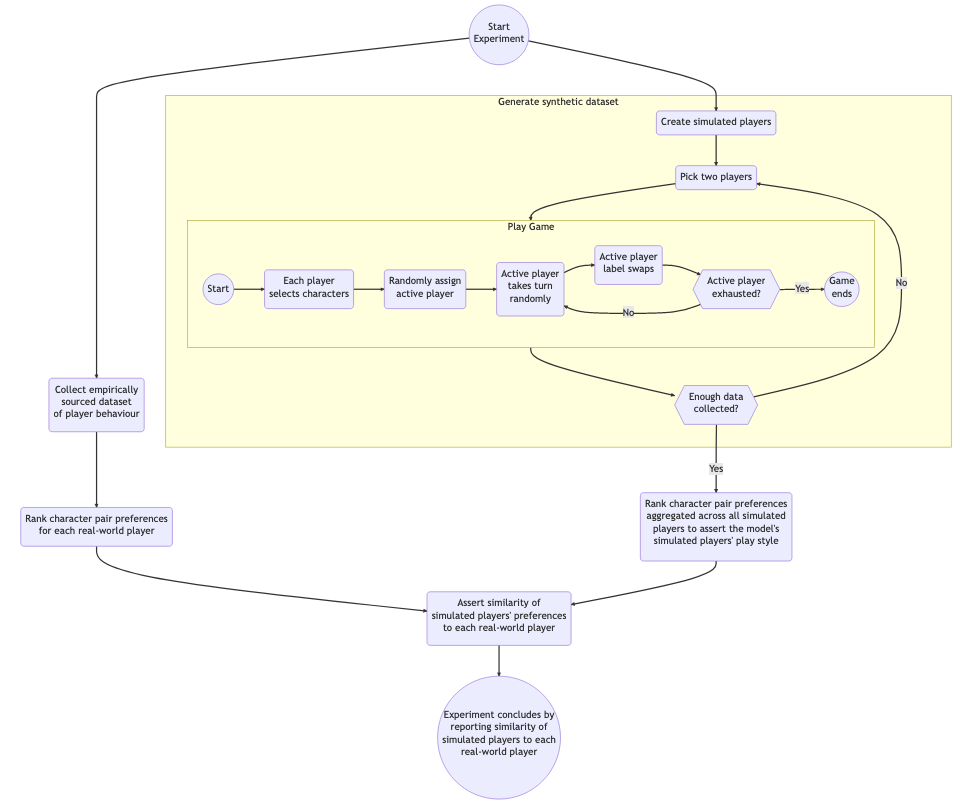
Above: 60_optimisation_with_aspects/diagrams/naive_model.png in probablytom/Thesis (Mermaid), before the change. Its source is kept beside it as 60_optimisation_with_aspects/diagrams/naive_model.mmd.
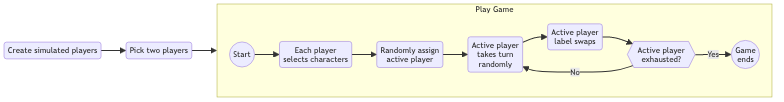
Above is the later version.

What changed in the source:
```diff
@@ -1,41 +1,19 @@
-flowchart TB
-    startExperiment((Start\nExperiment))
-    empiricalDataset(Collect empirically\nsourced dataset\nof player behaviour)
+flowchart LR
+
     createPlayers(Create simulated players)
     pickPlayers(Pick two players)
-    selectCharacters(Each player\n selects characters)
+    selectCharacters(Each player\nselects characters)
     pickFirstPlayer(Randomly assign\nactive player)
     turnP1(Active player\ntakes turn\nrandomly)
     switchActive("Active" player\nlabel swaps)
     decideDone{{Active player\nexhausted?}}
     gameFinishes((Game\nends))
-    enoughData{{Enough data\ncollected?}}
-    rankSyntheticPreferences(Rank character pair preferences\naggregated across all simulated\nplayers to assert the model's\nsimulated players' play style)
-    rankEmpiricalPreferences(Rank character pair preferences\nfor each real-world player)
-    calculateSimilarity(Assert similarity of\nsimulated players' preferences\nto each real-world player)
-    done((Experiment concludes by\nreporting similarity of\nsimulated players to each\nreal-world player))
 
-    startExperiment --> createPlayers --> pickPlayers
-    startExperiment --> empiricalDataset
-
-    empiricalDataset --> rankEmpiricalPreferences
-    rankEmpiricalPreferences --> calculateSimilarity
-
-    subgraph generateSyntheticData [Generate synthetic dataset]
-        direction TB
-        createPlayers
-        pickPlayers --> playGame
-        subgraph playGame [Play Game]
-            direction LR
-            start((Start)) --> selectCharacters
-            selectCharacters -->  pickFirstPlayer --> turnP1 --> switchActive --> decideDone
-            decideDone -->|Yes| gameFinishes
-            decideDone -->|No| turnP1
-        end
-            playGame -->enoughData
-            enoughData -->|No|pickPlayers
+    createPlayers --> pickPlayers --> playGame
+    subgraph playGame [Play Game]
+        direction LR
+        start((Start)) --> selectCharacters
+        selectCharacters -->  pickFirstPlayer --> turnP1 --> switchActive --> decideDone
+        decideDone -->|Yes| gameFinishes
+        decideDone -->|No| turnP1
     end
-    enoughData -->|Yes| rankSyntheticPreferences
-
-    rankSyntheticPreferences --> calculateSimilarity
-    calculateSimilarity --> done
```
